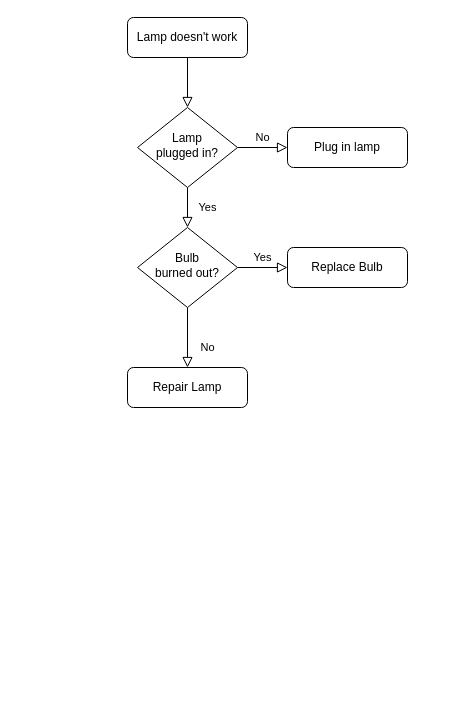
This is Untitled Diagram.drawio from nilesh-gore/android-AIDL-client-app, a draw.io file, before an edit. Source tidied: cells renumbered, new cells numbered last; positions are measured from the earlier drawing's top-left corner, leaving out a move shared by most shapes. Both pictures are drawn from the tidied source at 100%, with x=0, y=0 at pixel (127, 17).
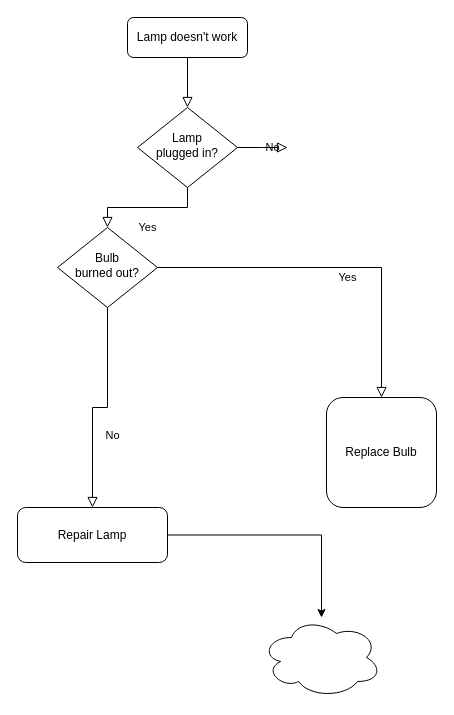
The same diagram, later.

What changed in the source:
```diff
@@
 <mxGraphModel>
   <root>
     <mxCell id="0" />
     <mxCell id="1" parent="0" />
     <mxCell id="2" style="rounded=0;html=1;jettySize=auto;fontSize=11;endArrow=block;endFill=0;endSize=8;strokeWidth=1;shadow=0;labelBackgroundColor=none;edgeStyle=orthogonalEdgeStyle;" parent="1" edge="1" source="3" target="6">
       <mxGeometry relative="1" as="geometry" />
     </mxCell>
     <mxCell id="3" value="Lamp doesn't work" style="rounded=1;whiteSpace=wrap;html=1;fontSize=12;glass=0;strokeWidth=1;shadow=0;" parent="1" vertex="1">
       <mxGeometry width="120" height="40" as="geometry" />
     </mxCell>
     <mxCell id="4" value="Yes" style="rounded=0;html=1;jettySize=auto;fontSize=11;endArrow=block;endFill=0;endSize=8;strokeWidth=1;shadow=0;labelBackgroundColor=none;edgeStyle=orthogonalEdgeStyle;" parent="1" edge="1" source="6" target="10">
       <mxGeometry y="20" relative="1" as="geometry" />
     </mxCell>
-    <mxCell id="5" value="No" style="edgeStyle=orthogonalEdgeStyle;rounded=0;html=1;jettySize=auto;fontSize=11;endArrow=block;endFill=0;endSize=8;strokeWidth=1;shadow=0;labelBackgroundColor=none;" parent="1" edge="1" source="6" target="7">
-      <mxGeometry y="10" relative="1" as="geometry" />
+    <mxCell id="5" value="No" style="edgeStyle=orthogonalEdgeStyle;rounded=0;html=1;jettySize=auto;fontSize=11;endArrow=block;endFill=0;endSize=8;strokeWidth=1;shadow=0;labelBackgroundColor=none;" parent="1" edge="1" source="6">
+      <mxGeometry y="10" relative="1" as="geometry">
+        <mxPoint x="160" y="130" as="targetPoint" />
+      </mxGeometry>
     </mxCell>
     <mxCell id="6" value="Lamp&lt;br&gt;plugged in?" style="rhombus;whiteSpace=wrap;html=1;shadow=0;fontFamily=Helvetica;fontSize=12;align=center;strokeWidth=1;spacing=6;spacingTop=-4;" parent="1" vertex="1">
       <mxGeometry x="10" y="90" width="100" height="80" as="geometry" />
     </mxCell>
-    <mxCell id="7" value="Plug in lamp" style="rounded=1;whiteSpace=wrap;html=1;fontSize=12;glass=0;strokeWidth=1;shadow=0;" parent="1" vertex="1">
-      <mxGeometry x="160" y="110" width="120" height="40" as="geometry" />
-    </mxCell>
     <mxCell id="8" value="No" style="rounded=0;html=1;jettySize=auto;fontSize=11;endArrow=block;endFill=0;endSize=8;strokeWidth=1;shadow=0;labelBackgroundColor=none;edgeStyle=orthogonalEdgeStyle;" parent="1" edge="1" source="10" target="11">
       <mxGeometry x="0.33" y="20" relative="1" as="geometry" />
     </mxCell>
     <mxCell id="9" value="Yes" style="edgeStyle=orthogonalEdgeStyle;rounded=0;html=1;jettySize=auto;fontSize=11;endArrow=block;endFill=0;endSize=8;strokeWidth=1;shadow=0;labelBackgroundColor=none;" parent="1" edge="1" source="10" target="12">
-      <mxGeometry y="10" relative="1" as="geometry" />
+      <mxGeometry x="0.07" y="-10" relative="1" as="geometry">
+        <mxPoint x="1" as="offset" />
+      </mxGeometry>
     </mxCell>
     <mxCell id="10" value="Bulb&lt;br&gt;burned out?" style="rhombus;whiteSpace=wrap;html=1;shadow=0;fontFamily=Helvetica;fontSize=12;align=center;strokeWidth=1;spacing=6;spacingTop=-4;" parent="1" vertex="1">
-      <mxGeometry x="10" y="210" width="100" height="80" as="geometry" />
+      <mxGeometry x="-70" y="210" width="100" height="80" as="geometry" />
     </mxCell>
+    <mxCell id="13" style="edgeStyle=orthogonalEdgeStyle;rounded=0;jettySize=auto;html=1;" parent="1" edge="1" source="11" target="14">
+      <mxGeometry relative="1" as="geometry" />
+    </mxCell>
     <mxCell id="11" value="Repair Lamp" style="rounded=1;whiteSpace=wrap;html=1;fontSize=12;glass=0;strokeWidth=1;shadow=0;" parent="1" vertex="1">
-      <mxGeometry y="350" width="120" height="40" as="geometry" />
+      <mxGeometry x="-110" y="490" width="150" height="55" as="geometry" />
     </mxCell>
     <mxCell id="12" value="Replace Bulb" style="rounded=1;whiteSpace=wrap;html=1;fontSize=12;glass=0;strokeWidth=1;shadow=0;" parent="1" vertex="1">
-      <mxGeometry x="160" y="230" width="120" height="40" as="geometry" />
+      <mxGeometry x="199" y="380" width="110" height="110" as="geometry" />
     </mxCell>
+    <mxCell id="14" style="ellipse;shape=cloud;whiteSpace=wrap;html=1;rounded=1;glass=0;strokeWidth=1;shadow=0;" parent="1" vertex="1">
+      <mxGeometry x="134" y="600" width="120" height="80" as="geometry" />
+    </mxCell>
   </root>
 </mxGraphModel>
```
